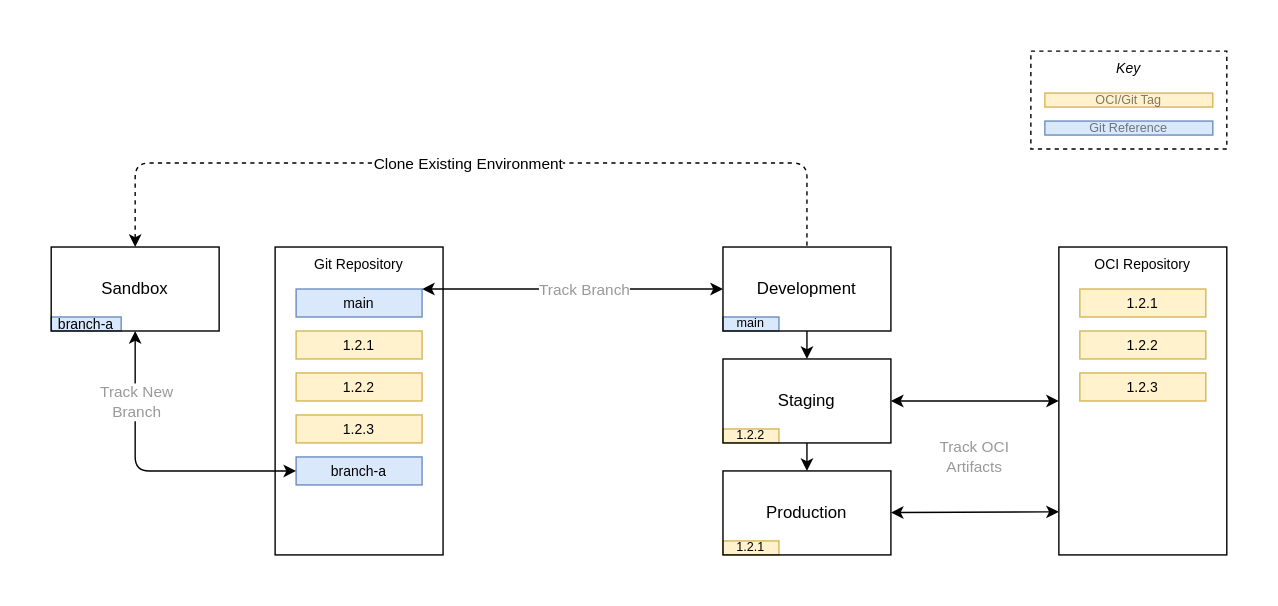
Earlier version of the draw.io export docs/images/change-promotion-platform-a.drawio.svg (danielloader/kubernetes-sdlc). Source tidied: cells renumbered, new cells last; positions are measured from the earlier drawing's top-left corner, leaving out a move shared by most shapes.
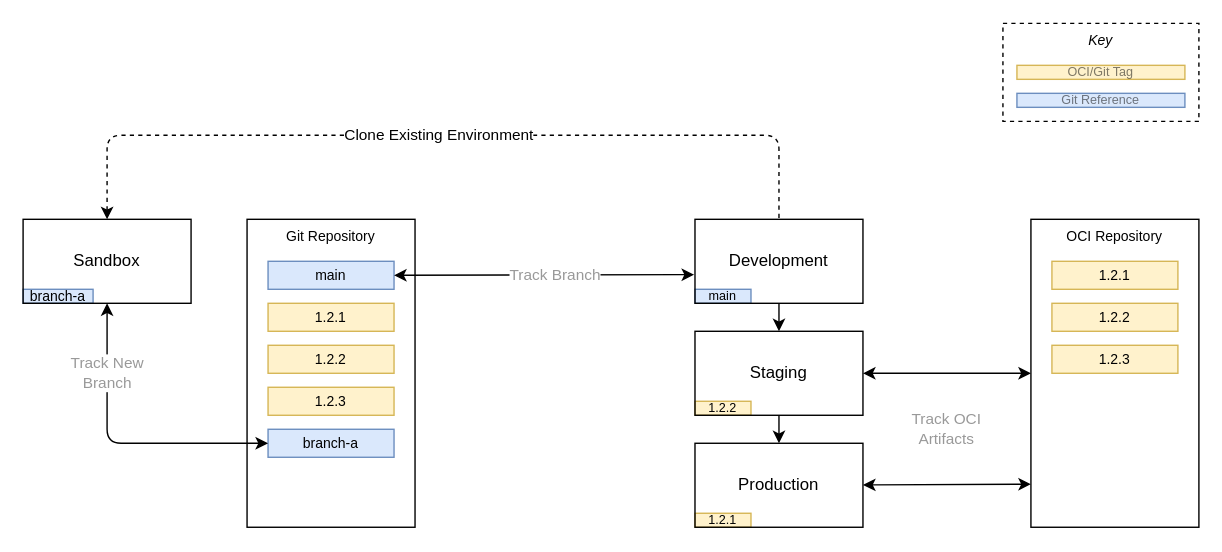
The same file after the commit.

Change to the diagram source:
```diff
@@ -2,9 +2,6 @@
   <root>
     <mxCell id="0" />
     <mxCell id="1" parent="0" />
-    <mxCell id="2" style="rounded=0;whiteSpace=wrap;html=1;fillColor=none;strokeColor=none;" parent="1" vertex="1">
-      <mxGeometry width="880" height="400" as="geometry" />
-    </mxCell>
     <mxCell id="3" style="edgeStyle=orthogonalEdgeStyle;html=1;entryX=0.5;entryY=0;entryDx=0;entryDy=0;startArrow=classic;startFill=1;exitX=0.5;exitY=0;exitDx=0;exitDy=0;endArrow=none;endFill=0;dashed=1;" parent="1" edge="1" source="34" target="33">
       <mxGeometry relative="1" as="geometry">
         <Array as="points">
@@ -75,7 +72,7 @@
     <mxCell id="23" value="Track OCI Artifacts" style="text;html=1;strokeColor=none;fillColor=none;align=center;verticalAlign=middle;whiteSpace=wrap;rounded=0;fontSize=11;fontColor=#999999;" parent="1" vertex="1">
       <mxGeometry x="650" y="290" width="60" height="40" as="geometry" />
     </mxCell>
-    <mxCell id="24" style="html=1;entryX=1;entryY=0;entryDx=0;entryDy=0;fontSize=10;fontColor=#999999;startArrow=classic;startFill=1;exitX=0;exitY=0.5;exitDx=0;exitDy=0;" parent="1" edge="1" source="33" target="20">
+    <mxCell id="24" style="html=1;entryX=1;entryY=0.5;entryDx=0;entryDy=0;fontSize=10;fontColor=#999999;startArrow=classic;startFill=1;exitX=-0.005;exitY=0.659;exitDx=0;exitDy=0;exitPerimeter=0;" parent="1" edge="1" source="33" target="20">
       <mxGeometry relative="1" as="geometry" />
     </mxCell>
     <mxCell id="25" value="Track Branch" style="edgeLabel;html=1;align=center;verticalAlign=middle;fontSize=11;fontColor=#999999;" parent="24" vertex="1">
```
